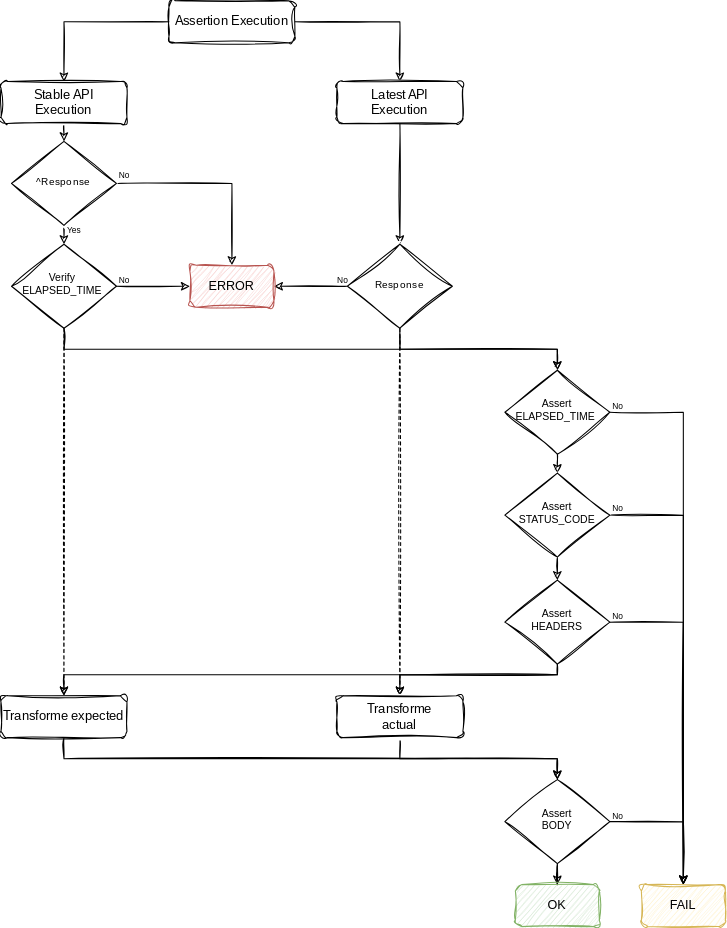
The draw.io diagram doc/diagram/assertion.diagram.svg in oneteme/assertapi-core, before a commit. Source tidied: cells renumbered, new cells last; positions are measured from the earlier drawing's top-left corner, leaving out a move shared by most shapes.
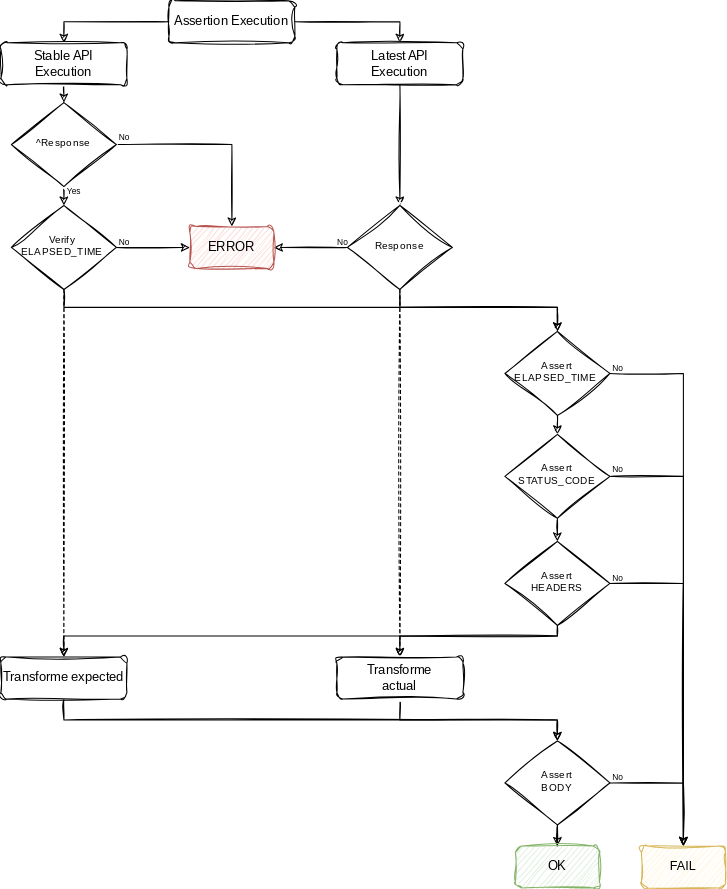
After the change.

Change to the diagram source:
```diff
@@ -9,7 +9,7 @@
       <mxGeometry relative="1" as="geometry" />
     </mxCell>
     <mxCell id="4" value="Assertion Execution" style="rounded=1;whiteSpace=wrap;html=1;fontSize=12;glass=0;strokeWidth=1;shadow=0;sketch=1;curveFitting=1;jiggle=2;fontFamily=Architects Daughter;fontSource=https%3A%2F%2Ffonts.googleapis.com%2Fcss%3Ffamily%3DArchitects%2BDaughter;" parent="1" vertex="1">
-      <mxGeometry x="160" width="120" height="40" as="geometry" />
+      <mxGeometry x="160" y="37" width="120" height="40" as="geometry" />
     </mxCell>
     <mxCell id="5" style="edgeStyle=none;rounded=0;sketch=1;jettySize=auto;html=1;strokeColor=default;fontFamily=Architects Daughter;fontSource=https%3A%2F%2Ffonts.googleapis.com%2Fcss%3Ffamily%3DArchitects%2BDaughter;fontSize=14;fontColor=#000000;startArrow=none;startFill=0;endArrow=classic;endFill=1;entryX=0.5;entryY=0;entryDx=0;entryDy=0;" parent="1" edge="1" source="6" target="15">
       <mxGeometry relative="1" as="geometry" />
@@ -36,7 +36,12 @@
       <mxGeometry relative="1" as="geometry" />
     </mxCell>
     <mxCell id="13" style="edgeStyle=orthogonalEdgeStyle;rounded=0;sketch=1;jettySize=auto;html=1;exitX=0.5;exitY=1;exitDx=0;exitDy=0;entryX=0.5;entryY=0;entryDx=0;entryDy=0;strokeColor=default;fontFamily=Helvetica;fontSize=14;fontColor=#000000;startArrow=none;startFill=0;endArrow=classic;endFill=1;" parent="1" edge="1" source="15" target="27">
-      <mxGeometry relative="1" as="geometry" />
+      <mxGeometry relative="1" as="geometry">
+        <Array as="points">
+          <mxPoint x="380" y="329" />
+          <mxPoint x="530" y="329" />
+        </Array>
+      </mxGeometry>
     </mxCell>
     <mxCell id="14" style="edgeStyle=orthogonalEdgeStyle;rounded=0;sketch=1;jettySize=auto;html=1;dashed=1;strokeColor=default;fontFamily=Helvetica;fontSize=14;fontColor=#000000;startArrow=none;startFill=0;endArrow=classic;endFill=1;" parent="1" edge="1" source="15" target="36">
       <mxGeometry relative="1" as="geometry" />
@@ -44,7 +49,7 @@
     <mxCell id="15" value="Response" style="rhombus;whiteSpace=wrap;html=1;shadow=0;fontFamily=Architects Daughter;fontSize=10;align=center;strokeWidth=1;spacing=6;spacingTop=-4;sketch=1;curveFitting=1;jiggle=2;fontSource=https%3A%2F%2Ffonts.googleapis.com%2Fcss%3Ffamily%3DArchitects%2BDaughter;" parent="1" vertex="1">
       <mxGeometry x="330" y="232" width="100" height="80" as="geometry" />
     </mxCell>
-    <mxCell id="16" value="ERROR" style="rounded=1;whiteSpace=wrap;html=1;fontSize=12;glass=0;strokeWidth=1;shadow=0;sketch=1;curveFitting=1;jiggle=2;fillColor=#f8cecc;strokeColor=#b85450;" parent="1" vertex="1">
+    <mxCell id="16" value="ERROR" style="rounded=1;whiteSpace=wrap;html=1;fontSize=12;glass=0;strokeWidth=1;shadow=0;sketch=1;curveFitting=1;jiggle=2;fillColor=#f8cecc;strokeColor=#b85450;fontFamily=Architects Daughter;fontSource=https%3A%2F%2Ffonts.googleapis.com%2Fcss%3Ffamily%3DArchitects%2BDaughter;" parent="1" vertex="1">
       <mxGeometry x="180" y="252" width="80" height="40" as="geometry" />
     </mxCell>
     <mxCell id="17" value="No" style="text;html=1;strokeColor=none;fillColor=none;align=center;verticalAlign=middle;whiteSpace=wrap;rounded=0;fontSize=8;sketch=1;curveFitting=1;jiggle=2;" parent="1" vertex="1">
@@ -54,12 +59,17 @@
       <mxGeometry relative="1" as="geometry" />
     </mxCell>
     <mxCell id="19" style="edgeStyle=orthogonalEdgeStyle;rounded=0;sketch=1;jettySize=auto;html=1;exitX=0.5;exitY=1;exitDx=0;exitDy=0;entryX=0.5;entryY=0;entryDx=0;entryDy=0;strokeColor=default;fontFamily=Helvetica;fontSize=14;fontColor=#000000;startArrow=none;startFill=0;endArrow=classic;endFill=1;" parent="1" edge="1" source="21" target="27">
-      <mxGeometry relative="1" as="geometry" />
+      <mxGeometry relative="1" as="geometry">
+        <Array as="points">
+          <mxPoint x="60" y="329" />
+          <mxPoint x="530" y="329" />
+        </Array>
+      </mxGeometry>
     </mxCell>
     <mxCell id="20" style="edgeStyle=orthogonalEdgeStyle;rounded=0;sketch=1;jettySize=auto;html=1;entryX=0.5;entryY=0;entryDx=0;entryDy=0;strokeColor=default;fontFamily=Helvetica;fontSize=14;fontColor=#000000;startArrow=none;startFill=0;endArrow=classic;endFill=1;dashed=1;" parent="1" edge="1" source="21" target="38">
       <mxGeometry relative="1" as="geometry" />
     </mxCell>
-    <mxCell id="21" value="Verify&amp;nbsp;&lt;br&gt;ELAPSED_TIME&amp;nbsp;" style="rhombus;whiteSpace=wrap;html=1;fontSize=10;fontFamily=Helvetica;fillColor=rgb(255, 255, 255);shadow=0;strokeWidth=1;spacing=6;spacingTop=-4;sketch=1;curveFitting=1;jiggle=2;" parent="1" vertex="1">
+    <mxCell id="21" value="Verify&amp;nbsp;&lt;br&gt;ELAPSED_TIME&amp;nbsp;" style="rhombus;whiteSpace=wrap;html=1;fontSize=10;fontFamily=Architects Daughter;fillColor=rgb(255, 255, 255);shadow=0;strokeWidth=1;spacing=6;spacingTop=-4;sketch=1;curveFitting=1;jiggle=2;fontSource=https%3A%2F%2Ffonts.googleapis.com%2Fcss%3Ffamily%3DArchitects%2BDaughter;" parent="1" vertex="1">
       <mxGeometry x="10" y="232" width="100" height="80" as="geometry" />
     </mxCell>
     <mxCell id="22" value="No" style="text;html=1;strokeColor=none;fillColor=none;align=center;verticalAlign=middle;whiteSpace=wrap;rounded=0;fontSize=8;sketch=1;curveFitting=1;jiggle=2;" parent="1" vertex="1">
@@ -77,7 +87,7 @@
     <mxCell id="26" style="edgeStyle=orthogonalEdgeStyle;rounded=0;sketch=1;jettySize=auto;html=1;exitX=1;exitY=0.5;exitDx=0;exitDy=0;entryX=0.5;entryY=0;entryDx=0;entryDy=0;strokeColor=default;fontFamily=Helvetica;fontSize=14;fontColor=#000000;startArrow=none;startFill=0;endArrow=classic;endFill=1;" parent="1" edge="1" source="27" target="43">
       <mxGeometry relative="1" as="geometry" />
     </mxCell>
-    <mxCell id="27" value="Assert ELAPSED_TIME&amp;nbsp;" style="rhombus;whiteSpace=wrap;html=1;shadow=0;fontFamily=Helvetica;fontSize=10;align=center;strokeWidth=1;spacing=6;spacingTop=-4;rounded=0;sketch=1;curveFitting=1;jiggle=2;verticalAlign=middle;" parent="1" vertex="1">
+    <mxCell id="27" value="Assert ELAPSED_TIME&amp;nbsp;" style="rhombus;whiteSpace=wrap;html=1;shadow=0;fontFamily=Architects Daughter;fontSize=10;align=center;strokeWidth=1;spacing=6;spacingTop=-4;rounded=0;sketch=1;curveFitting=1;jiggle=2;verticalAlign=middle;fontSource=https%3A%2F%2Ffonts.googleapis.com%2Fcss%3Ffamily%3DArchitects%2BDaughter;" parent="1" vertex="1">
       <mxGeometry x="480" y="352" width="100" height="80" as="geometry" />
     </mxCell>
     <mxCell id="28" style="edgeStyle=none;rounded=0;sketch=1;jettySize=auto;html=1;entryX=0.5;entryY=0;entryDx=0;entryDy=0;strokeColor=default;fontFamily=Helvetica;fontSize=14;fontColor=#000000;startArrow=none;startFill=0;endArrow=classic;endFill=1;" parent="1" edge="1" source="30" target="34">
@@ -86,7 +96,7 @@
     <mxCell id="29" style="edgeStyle=orthogonalEdgeStyle;rounded=0;sketch=1;jettySize=auto;html=1;exitX=1;exitY=0.5;exitDx=0;exitDy=0;entryX=0.5;entryY=0;entryDx=0;entryDy=0;strokeColor=default;fontFamily=Helvetica;fontSize=14;fontColor=#000000;startArrow=none;startFill=0;endArrow=classic;endFill=1;" parent="1" edge="1" source="30" target="43">
       <mxGeometry relative="1" as="geometry" />
     </mxCell>
-    <mxCell id="30" value="Assert STATUS_CODE" style="rhombus;whiteSpace=wrap;html=1;shadow=0;fontFamily=Helvetica;fontSize=10;align=center;strokeWidth=1;spacing=6;spacingTop=-4;sketch=1;curveFitting=1;jiggle=2;" parent="1" vertex="1">
+    <mxCell id="30" value="Assert STATUS_CODE" style="rhombus;whiteSpace=wrap;html=1;shadow=0;fontFamily=Architects Daughter;fontSize=10;align=center;strokeWidth=1;spacing=6;spacingTop=-4;sketch=1;curveFitting=1;jiggle=2;fontSource=https%3A%2F%2Ffonts.googleapis.com%2Fcss%3Ffamily%3DArchitects%2BDaughter;" parent="1" vertex="1">
       <mxGeometry x="480" y="450" width="100" height="80" as="geometry" />
     </mxCell>
     <mxCell id="31" style="edgeStyle=orthogonalEdgeStyle;rounded=0;sketch=1;jettySize=auto;html=1;exitX=0.5;exitY=1;exitDx=0;exitDy=0;entryX=0.5;entryY=0;entryDx=0;entryDy=0;strokeColor=default;fontFamily=Helvetica;fontSize=14;fontColor=#000000;startArrow=none;startFill=0;endArrow=classic;endFill=1;" parent="1" edge="1" source="34" target="38">
@@ -108,7 +118,7 @@
     <mxCell id="33" style="edgeStyle=orthogonalEdgeStyle;rounded=0;sketch=1;jettySize=auto;html=1;exitX=1;exitY=0.5;exitDx=0;exitDy=0;entryX=0.5;entryY=0;entryDx=0;entryDy=0;strokeColor=default;fontFamily=Helvetica;fontSize=14;fontColor=#000000;startArrow=none;startFill=0;endArrow=classic;endFill=1;" parent="1" edge="1" source="34" target="43">
       <mxGeometry relative="1" as="geometry" />
     </mxCell>
-    <mxCell id="34" value="Assert &lt;br&gt;HEADERS" style="rhombus;whiteSpace=wrap;html=1;shadow=0;fontFamily=Helvetica;fontSize=10;align=center;strokeWidth=1;spacing=6;spacingTop=-4;rounded=0;sketch=1;fillColor=none;curveFitting=1;jiggle=2;" parent="1" vertex="1">
+    <mxCell id="34" value="Assert &lt;br&gt;HEADERS" style="rhombus;whiteSpace=wrap;html=1;shadow=0;fontFamily=Architects Daughter;fontSize=10;align=center;strokeWidth=1;spacing=6;spacingTop=-4;rounded=0;sketch=1;fillColor=none;curveFitting=1;jiggle=2;fontSource=https%3A%2F%2Ffonts.googleapis.com%2Fcss%3Ffamily%3DArchitects%2BDaughter;" parent="1" vertex="1">
       <mxGeometry x="480" y="552" width="100" height="80" as="geometry" />
     </mxCell>
     <mxCell id="35" style="edgeStyle=orthogonalEdgeStyle;rounded=0;sketch=1;jettySize=auto;html=1;entryX=0.5;entryY=0;entryDx=0;entryDy=0;strokeColor=default;fontFamily=Helvetica;fontSize=14;fontColor=#000000;startArrow=none;startFill=0;endArrow=classic;endFill=1;" parent="1" edge="1" source="36" target="41">
@@ -139,10 +149,10 @@
     <mxCell id="40" style="edgeStyle=orthogonalEdgeStyle;rounded=0;sketch=1;jettySize=auto;html=1;exitX=1;exitY=0.5;exitDx=0;exitDy=0;entryX=0.5;entryY=0;entryDx=0;entryDy=0;strokeColor=default;fontFamily=Helvetica;fontSize=14;fontColor=#000000;startArrow=none;startFill=0;endArrow=classic;endFill=1;" parent="1" edge="1" source="41" target="43">
       <mxGeometry relative="1" as="geometry" />
     </mxCell>
-    <mxCell id="41" value="Assert &lt;br&gt;BODY" style="rhombus;whiteSpace=wrap;html=1;shadow=0;fontFamily=Helvetica;fontSize=10;align=center;strokeWidth=1;spacing=6;spacingTop=-4;rounded=0;sketch=1;fillColor=none;curveFitting=1;jiggle=2;" parent="1" vertex="1">
+    <mxCell id="41" value="Assert &lt;br&gt;BODY" style="rhombus;whiteSpace=wrap;html=1;shadow=0;fontFamily=Architects Daughter;fontSize=10;align=center;strokeWidth=1;spacing=6;spacingTop=-4;rounded=0;sketch=1;fillColor=none;curveFitting=1;jiggle=2;fontSource=https%3A%2F%2Ffonts.googleapis.com%2Fcss%3Ffamily%3DArchitects%2BDaughter;" parent="1" vertex="1">
       <mxGeometry x="480" y="742" width="100" height="80" as="geometry" />
     </mxCell>
-    <mxCell id="42" value="OK" style="rounded=1;whiteSpace=wrap;html=1;fontSize=12;glass=0;strokeWidth=1;shadow=0;sketch=1;curveFitting=1;jiggle=2;fillColor=#d5e8d4;strokeColor=#82b366;" parent="1" vertex="1">
+    <mxCell id="42" value="OK" style="rounded=1;whiteSpace=wrap;html=1;fontSize=12;glass=0;strokeWidth=1;shadow=0;sketch=1;curveFitting=1;jiggle=2;fillColor=#d5e8d4;strokeColor=#82b366;fontFamily=Architects Daughter;fontSource=https%3A%2F%2Ffonts.googleapis.com%2Fcss%3Ffamily%3DArchitects%2BDaughter;" parent="1" vertex="1">
       <mxGeometry x="490" y="842" width="80" height="40" as="geometry" />
     </mxCell>
     <mxCell id="43" value="FAIL" style="rounded=1;whiteSpace=wrap;html=1;fontSize=12;glass=0;strokeWidth=1;shadow=0;sketch=1;curveFitting=1;jiggle=2;fillColor=#fff2cc;strokeColor=#d6b656;" parent="1" vertex="1">
```
